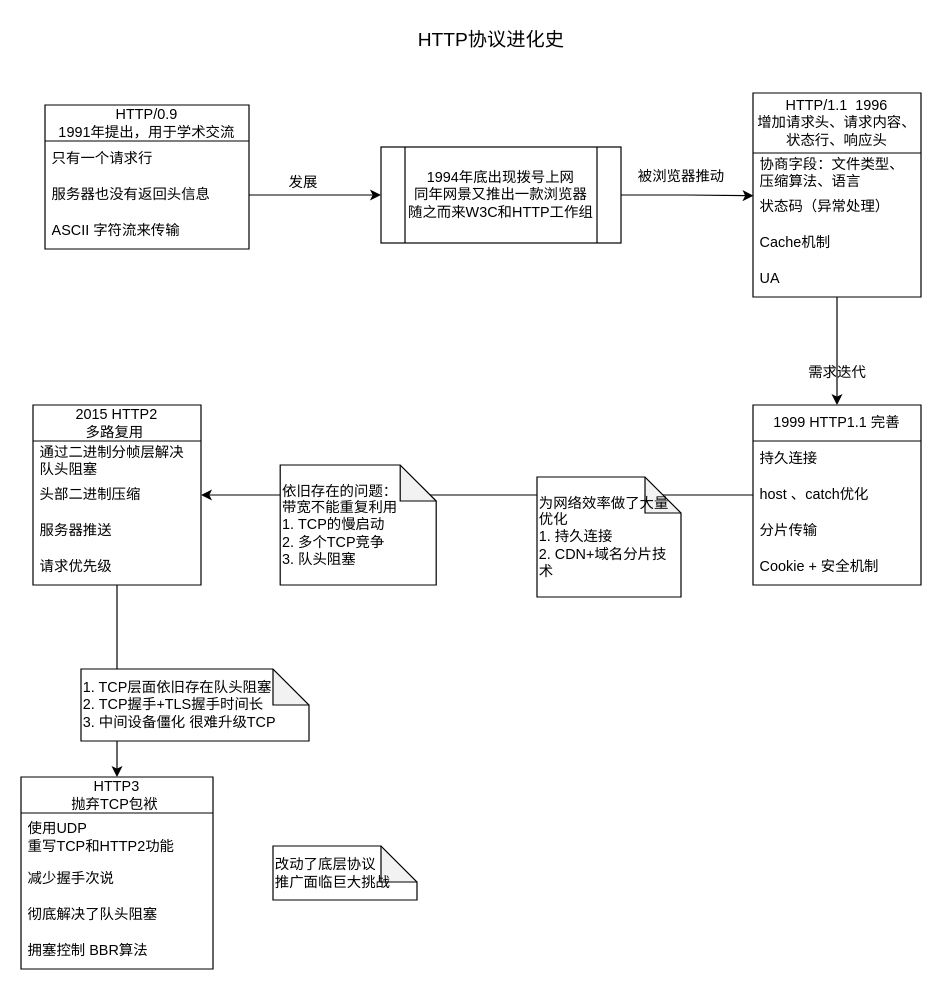
The draw.io diagram draw.io/HTTP进化史.drawio in guojingwen/life, before the edit. Source tidied: cells renumbered, new cells numbered last; positions are measured from the earlier drawing's top-left corner, leaving out a move shared by most shapes. Both pictures are drawn from the tidied source at 120%, with x=0, y=0 at pixel (20, 20).
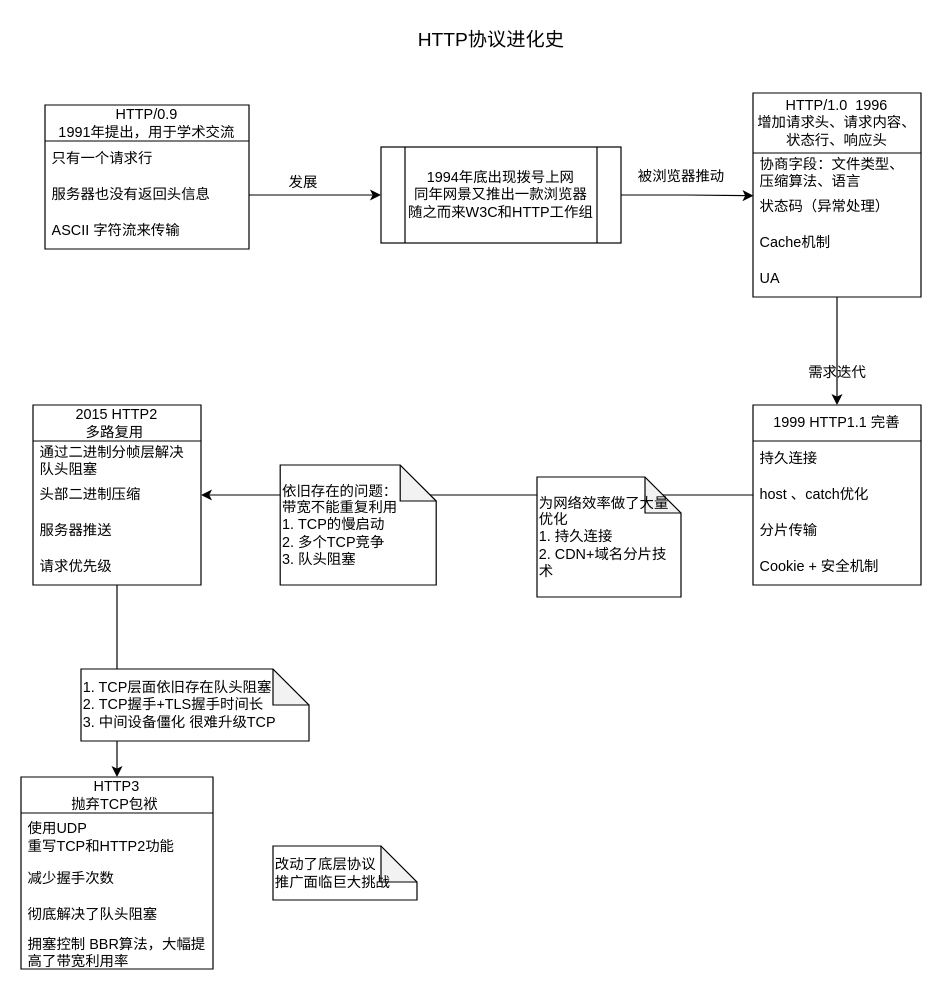
After the change.

Commit message:
更新HTTP进化史.drawio

Unchanged cells that the change refers to:
```xml
<mxCell id="33" value="HTTP3&lt;br&gt;抛弃TCP包袱&amp;nbsp;" style="swimlane;fontStyle=0;horizontal=1;startSize=30;whiteSpace=wrap;html=1;" parent="1" vertex="1">
  <mxGeometry y="630" width="160" height="160" as="geometry" />
</mxCell>
```

What changed in the source:
```diff
@@
-    <mxCell id="10" value="HTTP/1.1&amp;nbsp; 1996&lt;br&gt;增加请求头、请求内容、状态行、响应头" style="swimlane;fontStyle=0;horizontal=1;startSize=50;whiteSpace=wrap;html=1;" parent="1" vertex="1">
+    <mxCell id="10" value="HTTP/1.0&amp;nbsp; 1996&lt;br&gt;增加请求头、请求内容、状态行、响应头" style="swimlane;fontStyle=0;horizontal=1;startSize=50;whiteSpace=wrap;html=1;" parent="1" vertex="1">
       <mxGeometry x="610" y="60" width="140" height="170" as="geometry" />
     </mxCell>
@@
-    <mxCell id="35" value="减少握手次说" style="text;strokeColor=none;fillColor=none;align=left;verticalAlign=middle;spacingLeft=4;spacingRight=4;overflow=hidden;whiteSpace=wrap;html=1;" parent="33" vertex="1">
+    <mxCell id="35" value="减少握手次数" style="text;strokeColor=none;fillColor=none;align=left;verticalAlign=middle;spacingLeft=4;spacingRight=4;overflow=hidden;whiteSpace=wrap;html=1;" parent="33" vertex="1">
       <mxGeometry y="70" width="160" height="30" as="geometry" />
     </mxCell>
@@
-    <mxCell id="37" value="拥塞控制 BBR算法" style="text;strokeColor=none;fillColor=none;align=left;verticalAlign=middle;spacingLeft=4;spacingRight=4;overflow=hidden;whiteSpace=wrap;html=1;" parent="33" vertex="1">
+    <mxCell id="37" value="拥塞控制 BBR算法，大幅提高了带宽利用率" style="text;strokeColor=none;fillColor=none;align=left;verticalAlign=middle;spacingLeft=4;spacingRight=4;overflow=hidden;whiteSpace=wrap;html=1;" parent="33" vertex="1">
       <mxGeometry y="130" width="160" height="30" as="geometry" />
     </mxCell>
```
